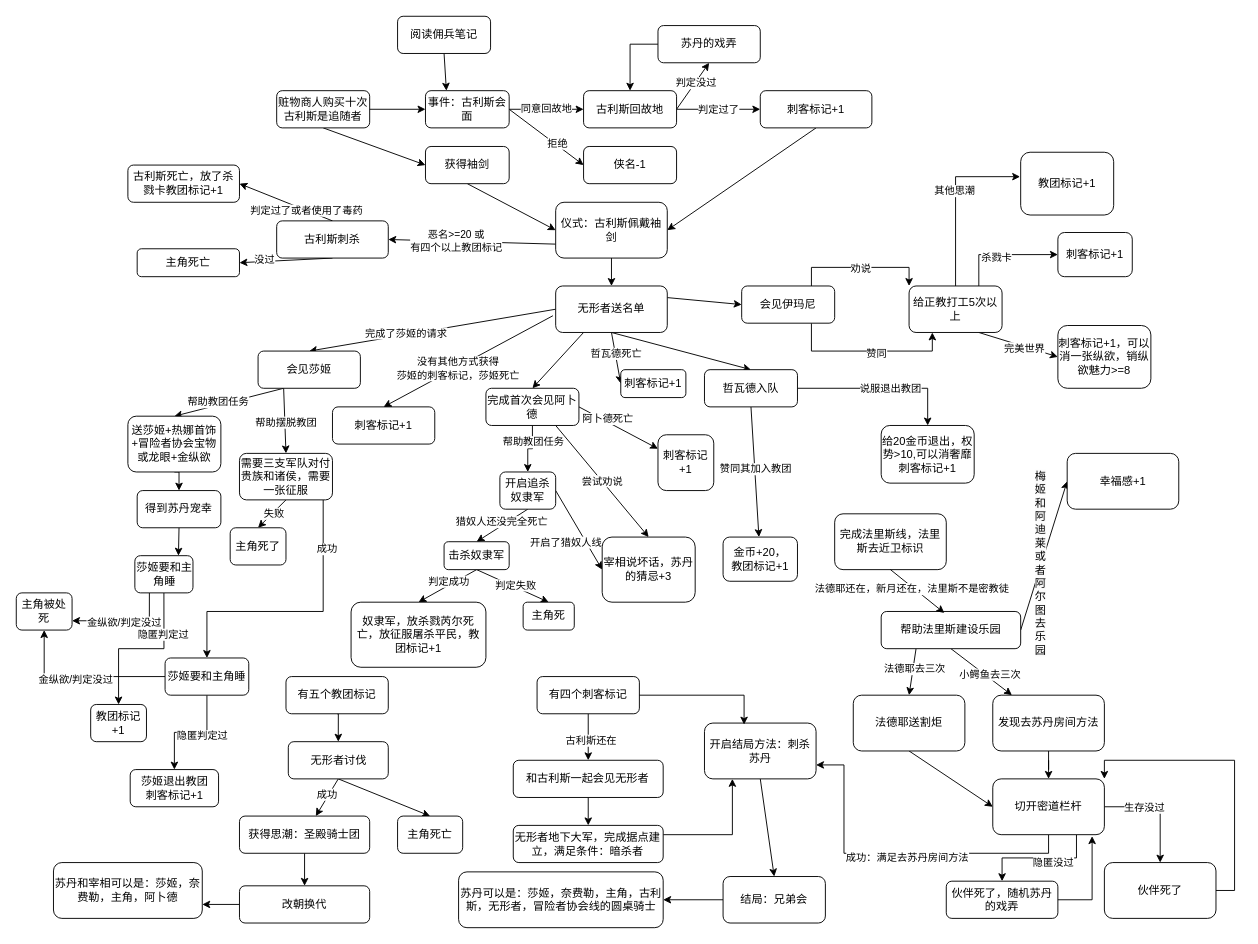
Before: workflow/ac.drawio in dixiyao/Sudan-Mod, a draw.io diagram. Source tidied: cells renumbered, new cells numbered last; positions are measured from the earlier drawing's top-left corner, leaving out a move shared by most shapes. Both pictures are drawn from the tidied source at 93%, with x=0, y=0 at pixel (16, 16).
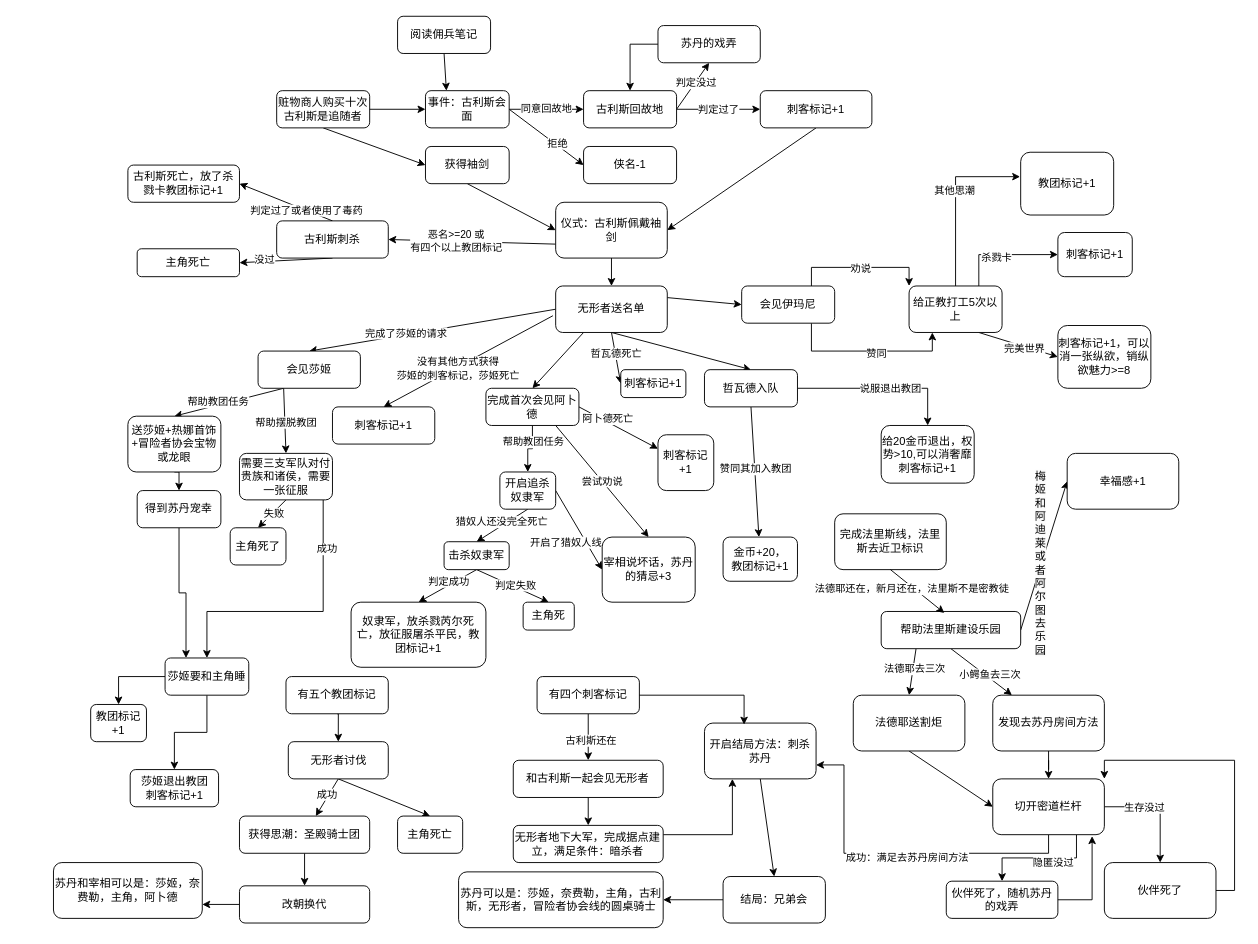
After the change.

Unchanged cells that the change refers to:
```xml
<mxCell id="53" value="得到苏丹宠幸" style="rounded=1;whiteSpace=wrap;html=1;" parent="1" vertex="1">
  <mxGeometry x="130" y="510" width="90" height="40" as="geometry" />
</mxCell>
<mxCell id="60" style="edgeStyle=orthogonalEdgeStyle;rounded=0;jettySize=auto;html=1;exitX=0.5;exitY=1;exitDx=0;exitDy=0;entryX=0.5;entryY=0;entryDx=0;entryDy=0;" parent="1" edge="1" source="64" target="154">
  <mxGeometry relative="1" as="geometry" />
</mxCell>
<mxCell id="64" value="莎姬要和主角睡&lt;div&gt;&lt;/div&gt;" style="rounded=1;whiteSpace=wrap;html=1;" parent="1" vertex="1">
  <mxGeometry x="160" y="690" width="90" height="40" as="geometry" />
</mxCell>
<mxCell id="161" value="教团标记+1" style="rounded=1;whiteSpace=wrap;html=1;" parent="1" vertex="1">
  <mxGeometry x="80" y="740" width="60" height="40" as="geometry" />
</mxCell>
```

Diff of the diagram source:
```diff
@@
-    <mxCell id="51" value="送莎姬+热娜首饰+冒险者协会宝物或龙眼+金纵欲" style="rounded=1;whiteSpace=wrap;html=1;" parent="1" vertex="1">
+    <mxCell id="51" value="送莎姬+热娜首饰+冒险者协会宝物或龙眼" style="rounded=1;whiteSpace=wrap;html=1;" parent="1" vertex="1">
       <mxGeometry x="120" y="430" width="100" height="60" as="geometry" />
     </mxCell>
-    <mxCell id="52" style="edgeStyle=orthogonalEdgeStyle;rounded=0;jettySize=auto;html=1;exitX=0.5;exitY=1;exitDx=0;exitDy=0;entryX=0.75;entryY=0;entryDx=0;entryDy=0;" parent="1" edge="1" source="53" target="160">
-      <mxGeometry relative="1" as="geometry" />
-    </mxCell>
+    <mxCell id="167" style="edgeStyle=orthogonalEdgeStyle;rounded=0;jettySize=auto;html=1;exitX=0.5;exitY=1;exitDx=0;exitDy=0;entryX=0.25;entryY=0;entryDx=0;entryDy=0;" parent="1" edge="1" source="53" target="64">
+      <mxGeometry relative="1" as="geometry" />
+    </mxCell>
@@
-    <mxCell id="61" value="隐匿判定过" style="edgeLabel;html=1;align=center;verticalAlign=middle;" parent="60" vertex="1">
-      <mxGeometry x="-0.2" y="3" relative="1" as="geometry" />
-    </mxCell>
-    <mxCell id="62" style="edgeStyle=orthogonalEdgeStyle;rounded=0;jettySize=auto;html=1;exitX=0;exitY=0.5;exitDx=0;exitDy=0;entryX=0.5;entryY=1;entryDx=0;entryDy=0;" parent="1" edge="1" source="64" target="166">
-      <mxGeometry relative="1" as="geometry" />
-    </mxCell>
-    <mxCell id="63" value="金纵欲/判定没过" style="edgeLabel;html=1;align=center;verticalAlign=middle;" parent="62" vertex="1">
-      <mxGeometry x="0.09" y="3" relative="1" as="geometry">
-        <mxPoint x="1" y="-1" as="offset" />
-      </mxGeometry>
-    </mxCell>
+    <mxCell id="168" style="edgeStyle=orthogonalEdgeStyle;rounded=0;jettySize=auto;html=1;exitX=0;exitY=0.5;exitDx=0;exitDy=0;entryX=0.5;entryY=0;entryDx=0;entryDy=0;" parent="1" edge="1" source="64" target="161">
+      <mxGeometry relative="1" as="geometry" />
+    </mxCell>
@@
-    <mxCell id="156" style="edgeStyle=orthogonalEdgeStyle;rounded=0;jettySize=auto;html=1;exitX=0.5;exitY=1;exitDx=0;exitDy=0;entryX=0.5;entryY=0;entryDx=0;entryDy=0;" parent="1" edge="1" source="160" target="161">
-      <mxGeometry relative="1" as="geometry" />
-    </mxCell>
-    <mxCell id="157" value="隐匿判定过" style="edgeLabel;html=1;align=center;verticalAlign=middle;" parent="156" vertex="1">
-      <mxGeometry x="-0.48" y="-1" relative="1" as="geometry" />
-    </mxCell>
-    <mxCell id="158" style="edgeStyle=orthogonalEdgeStyle;rounded=0;jettySize=auto;html=1;exitX=0.25;exitY=1;exitDx=0;exitDy=0;entryX=1;entryY=0.75;entryDx=0;entryDy=0;" parent="1" edge="1" source="160" target="166">
-      <mxGeometry relative="1" as="geometry" />
-    </mxCell>
-    <mxCell id="159" value="金纵欲/判定没过" style="edgeLabel;html=1;align=center;verticalAlign=middle;" parent="158" vertex="1">
-      <mxGeometry x="0.02" y="1" relative="1" as="geometry" />
-    </mxCell>
-    <mxCell id="160" value="莎姬要和主角睡&lt;div&gt;&lt;/div&gt;" style="rounded=1;whiteSpace=wrap;html=1;" parent="1" vertex="1">
-      <mxGeometry x="127.5" y="580" width="62.5" height="40" as="geometry" />
-    </mxCell>
@@
-    <mxCell id="166" value="主角被处死" style="rounded=1;whiteSpace=wrap;html=1;" parent="1" vertex="1">
-      <mxGeometry y="620" width="60" height="40" as="geometry" />
-    </mxCell>
```
